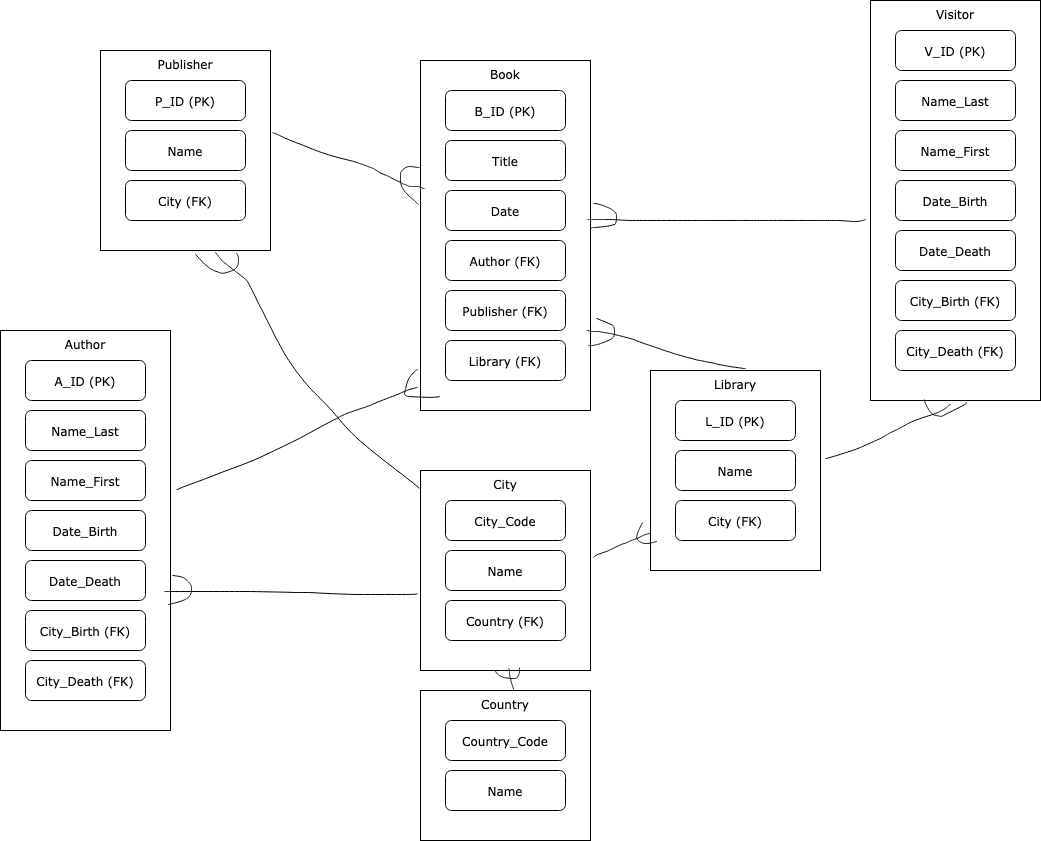
The draw.io diagram Rui/Homework-W9-Exercise-04-entity-relationship-diagram-Rui.png in peterverhaar/dmt-2020, before a commit. Source tidied: cells renumbered, new cells last; positions are measured from the earlier drawing's top-left corner, leaving out a move shared by most shapes.
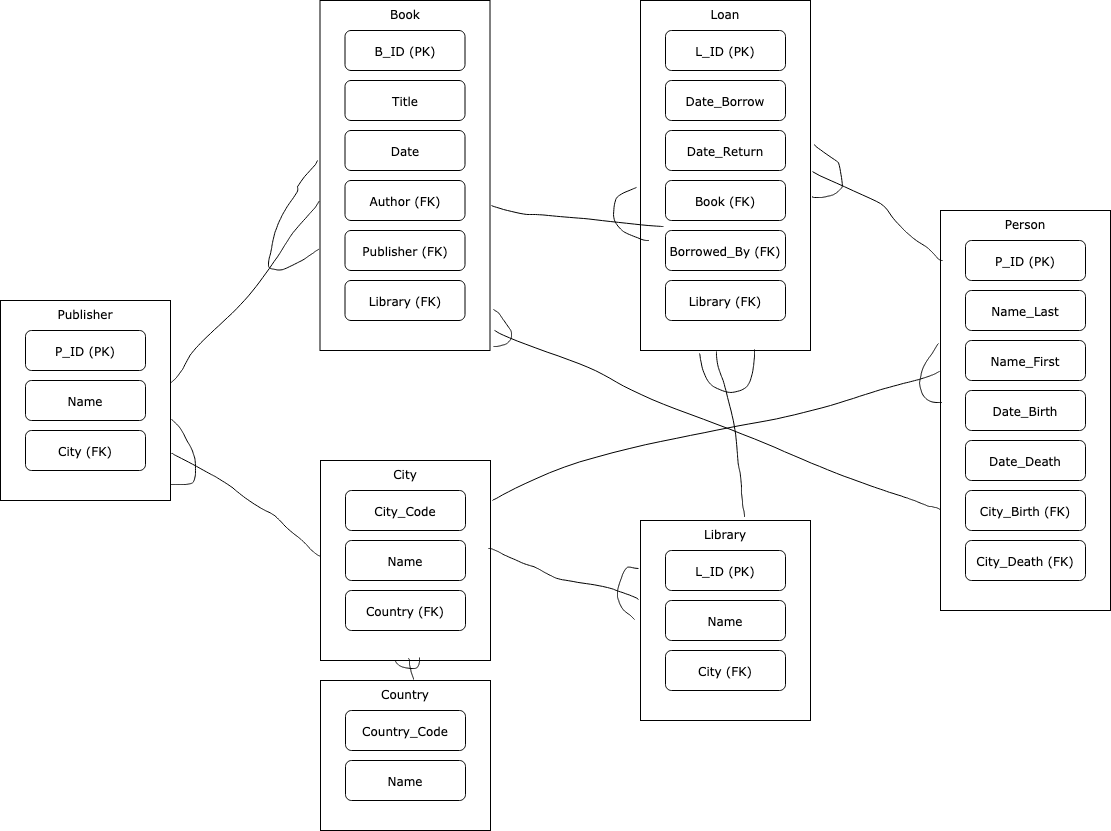
After the commit.

Commit message:
Redo of W9 Exercise 4

What changed in the source:
```diff
@@ -3,34 +3,34 @@
     <mxCell id="0" />
     <mxCell id="1" parent="0" />
     <mxCell id="2" value="Publisher" style="whiteSpace=wrap;html=1;rounded=0;shadow=0;labelBackgroundColor=none;strokeWidth=1;fontFamily=Verdana;fontSize=12;align=center;verticalAlign=top;" parent="1" vertex="1">
-      <mxGeometry x="100" y="50" width="170" height="200" as="geometry" />
+      <mxGeometry x="100" y="310" width="170" height="200" as="geometry" />
     </mxCell>
     <mxCell id="3" value="P_ID (PK)" style="whiteSpace=wrap;html=1;rounded=1;shadow=0;fontFamily=Verdana;strokeWidth=1;" parent="1" vertex="1">
-      <mxGeometry x="125" y="80" width="120" height="40" as="geometry" />
+      <mxGeometry x="125" y="340" width="120" height="40" as="geometry" />
     </mxCell>
     <mxCell id="4" value="Book" style="whiteSpace=wrap;html=1;rounded=0;shadow=0;labelBackgroundColor=none;strokeWidth=1;fontFamily=Verdana;fontSize=12;align=center;verticalAlign=top;" parent="1" vertex="1">
-      <mxGeometry x="420" y="60" width="170" height="350" as="geometry" />
+      <mxGeometry x="419.5" y="10" width="170" height="350" as="geometry" />
     </mxCell>
     <mxCell id="5" value="B_ID (PK)" style="whiteSpace=wrap;html=1;rounded=1;shadow=0;fontFamily=Verdana;strokeWidth=1;" parent="1" vertex="1">
-      <mxGeometry x="445" y="90" width="120" height="40" as="geometry" />
+      <mxGeometry x="444.5" y="40" width="120" height="40" as="geometry" />
     </mxCell>
     <mxCell id="6" value="Title" style="whiteSpace=wrap;html=1;rounded=1;shadow=0;fontFamily=Verdana;strokeWidth=1;" parent="1" vertex="1">
-      <mxGeometry x="445" y="140" width="120" height="40" as="geometry" />
+      <mxGeometry x="444.5" y="90" width="120" height="40" as="geometry" />
     </mxCell>
     <mxCell id="7" value="Date" style="whiteSpace=wrap;html=1;rounded=1;shadow=0;fontFamily=Verdana;strokeWidth=1;" parent="1" vertex="1">
-      <mxGeometry x="445" y="190" width="120" height="40" as="geometry" />
+      <mxGeometry x="444.5" y="140" width="120" height="40" as="geometry" />
     </mxCell>
     <mxCell id="8" value="Author (FK)" style="whiteSpace=wrap;html=1;rounded=1;shadow=0;fontFamily=Verdana;strokeWidth=1;" parent="1" vertex="1">
-      <mxGeometry x="445" y="240" width="120" height="40" as="geometry" />
+      <mxGeometry x="444.5" y="190" width="120" height="40" as="geometry" />
     </mxCell>
     <mxCell id="9" value="Publisher (FK)" style="whiteSpace=wrap;html=1;rounded=1;shadow=0;fontFamily=Verdana;strokeWidth=1;" parent="1" vertex="1">
-      <mxGeometry x="445" y="290" width="120" height="40" as="geometry" />
+      <mxGeometry x="444.5" y="240" width="120" height="40" as="geometry" />
     </mxCell>
     <mxCell id="10" value="Library (FK)" style="whiteSpace=wrap;html=1;rounded=1;shadow=0;fontFamily=Verdana;strokeWidth=1;" parent="1" vertex="1">
-      <mxGeometry x="445" y="340" width="120" height="40" as="geometry" />
+      <mxGeometry x="444.5" y="290" width="120" height="40" as="geometry" />
     </mxCell>
     <mxCell id="11" value="Name" style="whiteSpace=wrap;html=1;rounded=1;shadow=0;fontFamily=Verdana;strokeWidth=1;" parent="1" vertex="1">
-      <mxGeometry x="125" y="130" width="120" height="40" as="geometry" />
+      <mxGeometry x="125" y="390" width="120" height="40" as="geometry" />
     </mxCell>
     <mxCell id="12" value="City" style="whiteSpace=wrap;html=1;rounded=0;shadow=0;labelBackgroundColor=none;strokeWidth=1;fontFamily=Verdana;fontSize=12;align=center;verticalAlign=top;" parent="1" vertex="1">
       <mxGeometry x="420" y="470" width="170" height="200" as="geometry" />
@@ -53,77 +53,80 @@
     <mxCell id="18" value="Name" style="whiteSpace=wrap;html=1;rounded=1;shadow=0;fontFamily=Verdana;strokeWidth=1;" parent="1" vertex="1">
       <mxGeometry x="445" y="770" width="120" height="40" as="geometry" />
     </mxCell>
-    <mxCell id="19" value="Visitor" style="whiteSpace=wrap;html=1;rounded=0;shadow=0;labelBackgroundColor=none;strokeWidth=1;fontFamily=Verdana;fontSize=12;align=center;verticalAlign=top;" parent="1" vertex="1">
-      <mxGeometry x="870" width="170" height="400" as="geometry" />
-    </mxCell>
-    <mxCell id="20" value="V_ID (PK)" style="whiteSpace=wrap;html=1;rounded=1;shadow=0;fontFamily=Verdana;strokeWidth=1;" parent="1" vertex="1">
-      <mxGeometry x="895" y="30" width="120" height="40" as="geometry" />
-    </mxCell>
-    <mxCell id="21" value="Name_Last" style="whiteSpace=wrap;html=1;rounded=1;shadow=0;fontFamily=Verdana;strokeWidth=1;" parent="1" vertex="1">
-      <mxGeometry x="895" y="80" width="120" height="40" as="geometry" />
-    </mxCell>
-    <mxCell id="22" value="Name_First" style="whiteSpace=wrap;html=1;rounded=1;shadow=0;fontFamily=Verdana;strokeWidth=1;" parent="1" vertex="1">
-      <mxGeometry x="895" y="130" width="120" height="40" as="geometry" />
-    </mxCell>
-    <mxCell id="23" value="Date_Birth" style="whiteSpace=wrap;html=1;rounded=1;shadow=0;fontFamily=Verdana;strokeWidth=1;" parent="1" vertex="1">
-      <mxGeometry x="895" y="180" width="120" height="40" as="geometry" />
-    </mxCell>
-    <mxCell id="24" value="Date_Death" style="whiteSpace=wrap;html=1;rounded=1;shadow=0;fontFamily=Verdana;strokeWidth=1;" parent="1" vertex="1">
-      <mxGeometry x="895" y="230" width="120" height="40" as="geometry" />
-    </mxCell>
-    <mxCell id="25" value="City_Birth (FK)" style="whiteSpace=wrap;html=1;rounded=1;shadow=0;fontFamily=Verdana;strokeWidth=1;" parent="1" vertex="1">
-      <mxGeometry x="895" y="280" width="120" height="40" as="geometry" />
-    </mxCell>
     <mxCell id="26" value="Library" style="whiteSpace=wrap;html=1;rounded=0;shadow=0;labelBackgroundColor=none;strokeWidth=1;fontFamily=Verdana;fontSize=12;align=center;verticalAlign=top;" parent="1" vertex="1">
-      <mxGeometry x="650" y="370" width="170" height="200" as="geometry" />
+      <mxGeometry x="740" y="530" width="170" height="200" as="geometry" />
     </mxCell>
     <mxCell id="27" value="L_ID (PK)" style="whiteSpace=wrap;html=1;rounded=1;shadow=0;fontFamily=Verdana;strokeWidth=1;" parent="1" vertex="1">
-      <mxGeometry x="675" y="400" width="120" height="40" as="geometry" />
+      <mxGeometry x="765" y="560" width="120" height="40" as="geometry" />
     </mxCell>
     <mxCell id="28" value="Name" style="whiteSpace=wrap;html=1;rounded=1;shadow=0;fontFamily=Verdana;strokeWidth=1;" parent="1" vertex="1">
-      <mxGeometry x="675" y="450" width="120" height="40" as="geometry" />
+      <mxGeometry x="765" y="610" width="120" height="40" as="geometry" />
     </mxCell>
     <mxCell id="29" value="City (FK)" style="whiteSpace=wrap;html=1;rounded=1;shadow=0;fontFamily=Verdana;strokeWidth=1;" parent="1" vertex="1">
-      <mxGeometry x="675" y="500" width="120" height="40" as="geometry" />
+      <mxGeometry x="765" y="660" width="120" height="40" as="geometry" />
     </mxCell>
-    <mxCell id="30" value="City_Death (FK)" style="whiteSpace=wrap;html=1;rounded=1;shadow=0;fontFamily=Verdana;strokeWidth=1;" parent="1" vertex="1">
-      <mxGeometry x="895" y="330" width="120" height="40" as="geometry" />
-    </mxCell>
-    <mxCell id="31" value="Author" style="whiteSpace=wrap;html=1;rounded=0;shadow=0;labelBackgroundColor=none;strokeWidth=1;fontFamily=Verdana;fontSize=12;align=center;verticalAlign=top;" parent="1" vertex="1">
-      <mxGeometry y="330" width="170" height="400" as="geometry" />
-    </mxCell>
-    <mxCell id="32" value="A_ID (PK)" style="whiteSpace=wrap;html=1;rounded=1;shadow=0;fontFamily=Verdana;strokeWidth=1;" parent="1" vertex="1">
-      <mxGeometry x="25" y="360" width="120" height="40" as="geometry" />
-    </mxCell>
-    <mxCell id="33" value="Name_Last" style="whiteSpace=wrap;html=1;rounded=1;shadow=0;fontFamily=Verdana;strokeWidth=1;" parent="1" vertex="1">
-      <mxGeometry x="25" y="410" width="120" height="40" as="geometry" />
-    </mxCell>
-    <mxCell id="34" value="Name_First" style="whiteSpace=wrap;html=1;rounded=1;shadow=0;fontFamily=Verdana;strokeWidth=1;" parent="1" vertex="1">
-      <mxGeometry x="25" y="460" width="120" height="40" as="geometry" />
-    </mxCell>
-    <mxCell id="35" value="Date_Birth" style="whiteSpace=wrap;html=1;rounded=1;shadow=0;fontFamily=Verdana;strokeWidth=1;" parent="1" vertex="1">
-      <mxGeometry x="25" y="510" width="120" height="40" as="geometry" />
-    </mxCell>
-    <mxCell id="36" value="Date_Death" style="whiteSpace=wrap;html=1;rounded=1;shadow=0;fontFamily=Verdana;strokeWidth=1;" parent="1" vertex="1">
-      <mxGeometry x="25" y="560" width="120" height="40" as="geometry" />
-    </mxCell>
-    <mxCell id="37" value="City_Birth (FK)" style="whiteSpace=wrap;html=1;rounded=1;shadow=0;fontFamily=Verdana;strokeWidth=1;" parent="1" vertex="1">
-      <mxGeometry x="25" y="610" width="120" height="40" as="geometry" />
-    </mxCell>
-    <mxCell id="38" value="City_Death (FK)" style="whiteSpace=wrap;html=1;rounded=1;shadow=0;fontFamily=Verdana;strokeWidth=1;" parent="1" vertex="1">
-      <mxGeometry x="25" y="660" width="120" height="40" as="geometry" />
-    </mxCell>
     <mxCell id="39" value="City (FK)" style="whiteSpace=wrap;html=1;rounded=1;shadow=0;fontFamily=Verdana;strokeWidth=1;" parent="1" vertex="1">
-      <mxGeometry x="125" y="180" width="120" height="40" as="geometry" />
+      <mxGeometry x="125" y="440" width="120" height="40" as="geometry" />
     </mxCell>
-    <mxCell id="40" style="shape=(stored shape, 10424 characters);fillColor=none;rounded=1;fontFamily=Courier New;align=left;" parent="1" vertex="1">
-      <mxGeometry x="164" y="132" width="802" height="472" as="geometry" />
-    </mxCell>
     <mxCell id="41" style="shape=(stored shape, 556 characters);fillColor=none;rounded=1;fontFamily=Courier New;align=left;" parent="1" vertex="1">
       <mxGeometry x="496" y="668" width="17" height="21" as="geometry" />
     </mxCell>
     <mxCell id="42" style="shape=(stored shape, 700 characters);fillColor=none;rounded=1;fontFamily=Courier New;align=left;" parent="1" vertex="1">
       <mxGeometry x="495" y="667" width="24" height="11" as="geometry" />
     </mxCell>
+    <mxCell id="43" value="Person" style="whiteSpace=wrap;html=1;rounded=0;shadow=0;labelBackgroundColor=none;strokeWidth=1;fontFamily=Verdana;fontSize=12;align=center;verticalAlign=top;" parent="1" vertex="1">
+      <mxGeometry x="1040" y="220" width="170" height="400" as="geometry" />
+    </mxCell>
+    <mxCell id="44" value="P_ID (PK)" style="whiteSpace=wrap;html=1;rounded=1;shadow=0;fontFamily=Verdana;strokeWidth=1;" parent="1" vertex="1">
+      <mxGeometry x="1065" y="250" width="120" height="40" as="geometry" />
+    </mxCell>
+    <mxCell id="45" value="Name_Last" style="whiteSpace=wrap;html=1;rounded=1;shadow=0;fontFamily=Verdana;strokeWidth=1;" parent="1" vertex="1">
+      <mxGeometry x="1065" y="300" width="120" height="40" as="geometry" />
+    </mxCell>
+    <mxCell id="46" value="Name_First" style="whiteSpace=wrap;html=1;rounded=1;shadow=0;fontFamily=Verdana;strokeWidth=1;" parent="1" vertex="1">
+      <mxGeometry x="1065" y="350" width="120" height="40" as="geometry" />
+    </mxCell>
+    <mxCell id="47" value="Date_Birth" style="whiteSpace=wrap;html=1;rounded=1;shadow=0;fontFamily=Verdana;strokeWidth=1;" parent="1" vertex="1">
+      <mxGeometry x="1065" y="400" width="120" height="40" as="geometry" />
+    </mxCell>
+    <mxCell id="48" value="Date_Death" style="whiteSpace=wrap;html=1;rounded=1;shadow=0;fontFamily=Verdana;strokeWidth=1;" parent="1" vertex="1">
+      <mxGeometry x="1065" y="450" width="120" height="40" as="geometry" />
+    </mxCell>
+    <mxCell id="49" value="City_Birth (FK)" style="whiteSpace=wrap;html=1;rounded=1;shadow=0;fontFamily=Verdana;strokeWidth=1;" parent="1" vertex="1">
+      <mxGeometry x="1065" y="500" width="120" height="40" as="geometry" />
+    </mxCell>
+    <mxCell id="50" value="City_Death (FK)" style="whiteSpace=wrap;html=1;rounded=1;shadow=0;fontFamily=Verdana;strokeWidth=1;" parent="1" vertex="1">
+      <mxGeometry x="1065" y="550" width="120" height="40" as="geometry" />
+    </mxCell>
+    <mxCell id="51" value="Loan" style="whiteSpace=wrap;html=1;rounded=0;shadow=0;labelBackgroundColor=none;strokeWidth=1;fontFamily=Verdana;fontSize=12;align=center;verticalAlign=top;" parent="1" vertex="1">
+      <mxGeometry x="740" y="10" width="170" height="350" as="geometry" />
+    </mxCell>
+    <mxCell id="52" value="L_ID (PK)" style="whiteSpace=wrap;html=1;rounded=1;shadow=0;fontFamily=Verdana;strokeWidth=1;" parent="1" vertex="1">
+      <mxGeometry x="765" y="40" width="120" height="40" as="geometry" />
+    </mxCell>
+    <mxCell id="53" value="Date_Borrow" style="whiteSpace=wrap;html=1;rounded=1;shadow=0;fontFamily=Verdana;strokeWidth=1;" parent="1" vertex="1">
+      <mxGeometry x="765" y="90" width="120" height="40" as="geometry" />
+    </mxCell>
+    <mxCell id="54" value="Date_Return" style="whiteSpace=wrap;html=1;rounded=1;shadow=0;fontFamily=Verdana;strokeWidth=1;" parent="1" vertex="1">
+      <mxGeometry x="765" y="140" width="120" height="40" as="geometry" />
+    </mxCell>
+    <mxCell id="55" value="Book (FK)" style="whiteSpace=wrap;html=1;rounded=1;shadow=0;fontFamily=Verdana;strokeWidth=1;" parent="1" vertex="1">
+      <mxGeometry x="765" y="190" width="120" height="40" as="geometry" />
+    </mxCell>
+    <mxCell id="56" value="Borrowed_By (FK)" style="whiteSpace=wrap;html=1;rounded=1;shadow=0;fontFamily=Verdana;strokeWidth=1;" parent="1" vertex="1">
+      <mxGeometry x="765" y="240" width="120" height="40" as="geometry" />
+    </mxCell>
+    <mxCell id="57" value="Library (FK)" style="whiteSpace=wrap;html=1;rounded=1;shadow=0;fontFamily=Verdana;strokeWidth=1;" parent="1" vertex="1">
+      <mxGeometry x="765" y="290" width="120" height="40" as="geometry" />
+    </mxCell>
+    <mxCell id="58" style="shape=(stored shape, 5644 characters);fillColor=none;" parent="1" vertex="1">
+      <mxGeometry x="270" y="170" width="726" height="611" as="geometry" />
+    </mxCell>
+    <mxCell id="59" style="shape=(stored shape, 3604 characters);fillColor=none;" parent="1" vertex="1">
+      <mxGeometry x="591" y="215" width="450.5" height="311.5" as="geometry" />
+    </mxCell>
+    <mxCell id="60" style="shape=(stored shape, 3664 characters);fillColor=none;" parent="1" vertex="1">
+      <mxGeometry x="593" y="154" width="449" height="365" as="geometry" />
+    </mxCell>
   </root>
 </mxGraphModel>
```
